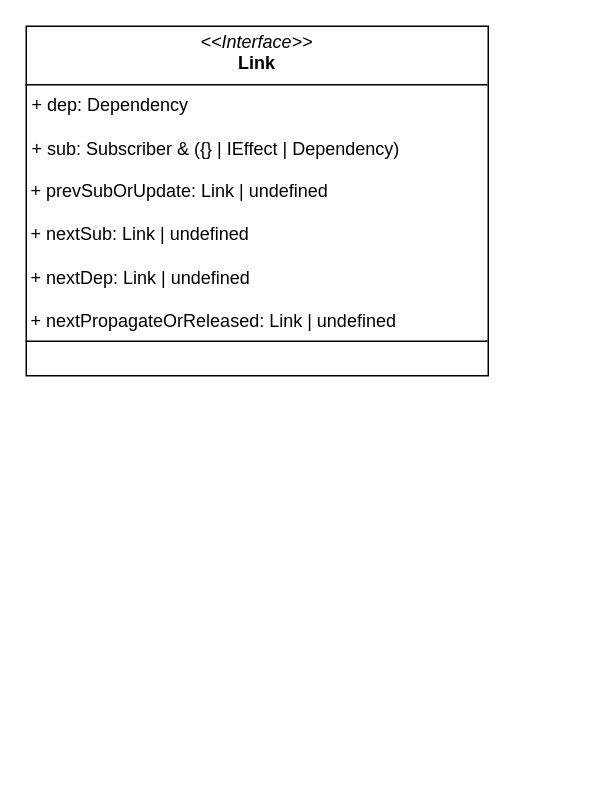
nazoflow/alien-signals-notes keeps this draw.io diagram as page "Link" (2 of 2) of diagrams/entity.drawio. Above is the earlier version. Source tidied: cells renumbered, new cells numbered last; positions are measured from the earlier drawing's top-left corner, leaving out a move shared by most shapes. Both pictures are drawn from the tidied source at 150%, with x=0, y=0 at pixel (26, 26).
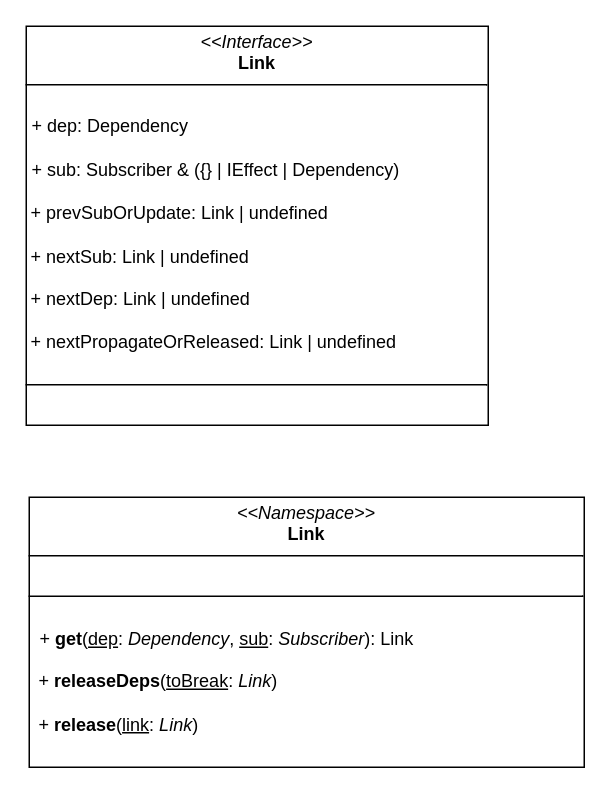
The same diagram, later.

Diff of the diagram source:
```diff
@@
 <mxGraphModel>
   <root>
     <mxCell id="0" />
     <mxCell id="1" parent="0" />
-    <mxCell id="2" value="&lt;p style=&quot;margin:0px;margin-top:4px;text-align:center;&quot;&gt;&lt;i&gt;&amp;lt;&amp;lt;Interface&amp;gt;&amp;gt;&lt;/i&gt;&lt;br&gt;&lt;b&gt;Link&lt;/b&gt;&lt;/p&gt;&lt;hr size=&quot;1&quot; style=&quot;border-style:solid;&quot;&gt;&lt;p style=&quot;margin:0px;margin-left:4px;&quot;&gt;+ dep: Dependency&lt;/p&gt;&lt;p style=&quot;margin:0px;margin-left:4px;&quot;&gt;&lt;br&gt;+ sub: Subscriber &amp;amp; ({} | IEffect | Dependency)&lt;/p&gt;&lt;br&gt;&amp;nbsp;+ prevSubOrUpdate: Link | undefined&lt;span style=&quot;white-space: pre;&quot;&gt;&#9;&lt;/span&gt;&lt;div&gt;&lt;br&gt;&amp;nbsp;+ nextSub: Link | undefined&lt;/div&gt;&lt;br&gt;&amp;nbsp;+ nextDep: Link | undefined&lt;div&gt;&amp;nbsp;&lt;br&gt;&amp;nbsp;+ nextPropagateOrReleased: Link | undefined&lt;hr size=&quot;1&quot; style=&quot;border-style:solid;&quot;&gt;&lt;p style=&quot;margin:0px;margin-left:4px;&quot;&gt;&lt;br&gt;&lt;/p&gt;&lt;/div&gt;" style="verticalAlign=top;align=left;overflow=fill;html=1;whiteSpace=wrap;" parent="1" vertex="1">
-      <mxGeometry width="308" height="233" as="geometry" />
+    <mxCell id="2" value="&lt;p style=&quot;margin:0px;margin-top:4px;text-align:center;&quot;&gt;&lt;i&gt;&amp;lt;&amp;lt;Interface&amp;gt;&amp;gt;&lt;/i&gt;&lt;br&gt;&lt;b&gt;Link&lt;/b&gt;&lt;/p&gt;&lt;hr size=&quot;1&quot; style=&quot;border-style:solid;&quot;&gt;&lt;p style=&quot;margin:0px;margin-left:4px;&quot;&gt;&lt;br&gt;&lt;/p&gt;&lt;p style=&quot;margin:0px;margin-left:4px;&quot;&gt;+ dep: Dependency&lt;/p&gt;&lt;p style=&quot;margin:0px;margin-left:4px;&quot;&gt;&lt;br&gt;+ sub: Subscriber &amp;amp; ({} | IEffect | Dependency)&lt;/p&gt;&lt;br&gt;&amp;nbsp;+ prevSubOrUpdate: Link | undefined&lt;span style=&quot;white-space: pre;&quot;&gt;&#9;&lt;/span&gt;&lt;div&gt;&lt;br&gt;&amp;nbsp;+ nextSub: Link | undefined&lt;/div&gt;&lt;br&gt;&amp;nbsp;+ nextDep: Link | undefined&lt;div&gt;&amp;nbsp;&lt;br&gt;&amp;nbsp;+ nextPropagateOrReleased: Link | undefined&lt;/div&gt;&lt;div&gt;&lt;br&gt;&lt;hr size=&quot;1&quot; style=&quot;border-style:solid;&quot;&gt;&lt;p style=&quot;margin:0px;margin-left:4px;&quot;&gt;&lt;br&gt;&lt;/p&gt;&lt;/div&gt;" style="verticalAlign=top;align=left;overflow=fill;html=1;whiteSpace=wrap;" parent="1" vertex="1">
+      <mxGeometry width="308" height="266" as="geometry" />
     </mxCell>
     <mxCell id="3" style="edgeStyle=orthogonalEdgeStyle;rounded=0;orthogonalLoop=1;jettySize=auto;html=1;exitX=0.5;exitY=1;exitDx=0;exitDy=0;" parent="1" edge="1" source="2" target="2">
       <mxGeometry relative="1" as="geometry" />
     </mxCell>
+    <mxCell id="4" value="&lt;p style=&quot;margin:0px;margin-top:4px;text-align:center;&quot;&gt;&lt;i&gt;&amp;lt;&amp;lt;Namespace&amp;gt;&amp;gt;&lt;/i&gt;&lt;br&gt;&lt;b&gt;Link&lt;/b&gt;&lt;/p&gt;&lt;hr style=&quot;border-style:solid;&quot; size=&quot;1&quot;&gt;&lt;p style=&quot;margin:0px;margin-left:4px;&quot;&gt;&lt;br&gt;&lt;/p&gt;&lt;div&gt;&lt;hr style=&quot;border-style:solid;&quot; size=&quot;1&quot;&gt;&lt;p style=&quot;margin:0px;margin-left:4px;&quot;&gt;&lt;br&gt;&amp;nbsp;+&amp;nbsp;&lt;b&gt;get&lt;/b&gt;(&lt;u&gt;dep&lt;/u&gt;: &lt;i&gt;Dependency&lt;/i&gt;, &lt;u&gt;sub&lt;/u&gt;: &lt;i&gt;Subscriber&lt;/i&gt;): Link&lt;/p&gt;&lt;br&gt;&amp;nbsp; +&amp;nbsp;&lt;b&gt;releaseDeps&lt;/b&gt;(&lt;u&gt;toBreak&lt;/u&gt;: &lt;i&gt;Link&lt;/i&gt;)&lt;br&gt;&amp;nbsp;&lt;/div&gt;&lt;div&gt;&amp;nbsp; +&amp;nbsp;&lt;b&gt;release&lt;/b&gt;(&lt;u&gt;link&lt;/u&gt;: &lt;i&gt;Link&lt;/i&gt;)&lt;p style=&quot;margin:0px;margin-left:4px;&quot;&gt;&lt;span style=&quot;background-color: transparent; color: light-dark(rgb(0, 0, 0), rgb(255, 255, 255));&quot;&gt;&amp;nbsp;&lt;/span&gt;&lt;/p&gt;&lt;/div&gt;" style="verticalAlign=top;align=left;overflow=fill;html=1;whiteSpace=wrap;fontColor=default;" parent="1" vertex="1">
+      <mxGeometry x="2" y="314" width="370" height="180" as="geometry" />
+    </mxCell>
+    <mxCell id="5" style="edgeStyle=orthogonalEdgeStyle;rounded=0;orthogonalLoop=1;jettySize=auto;html=1;exitX=0.5;exitY=1;exitDx=0;exitDy=0;" parent="1" edge="1" source="4" target="4">
+      <mxGeometry relative="1" as="geometry" />
+    </mxCell>
   </root>
 </mxGraphModel>
```
